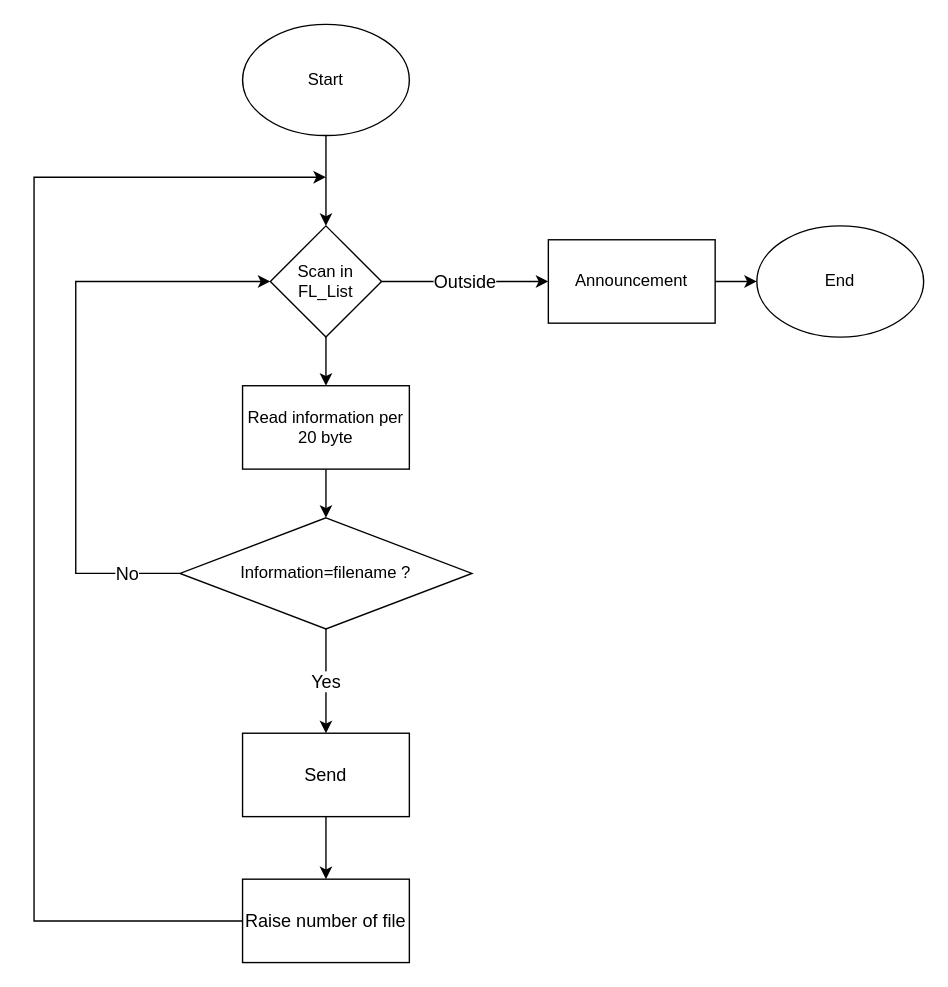
Chipuscu/STM321 keeps this draw.io diagram as page "Read" (2 of 5) of Mindset.drawio. Above is the earlier version. Source tidied: cells renumbered, new cells numbered last; positions are measured from the earlier drawing's top-left corner, leaving out a move shared by most shapes. Both pictures are drawn from the tidied source at 139%, with x=0, y=0 at pixel (33, 24).
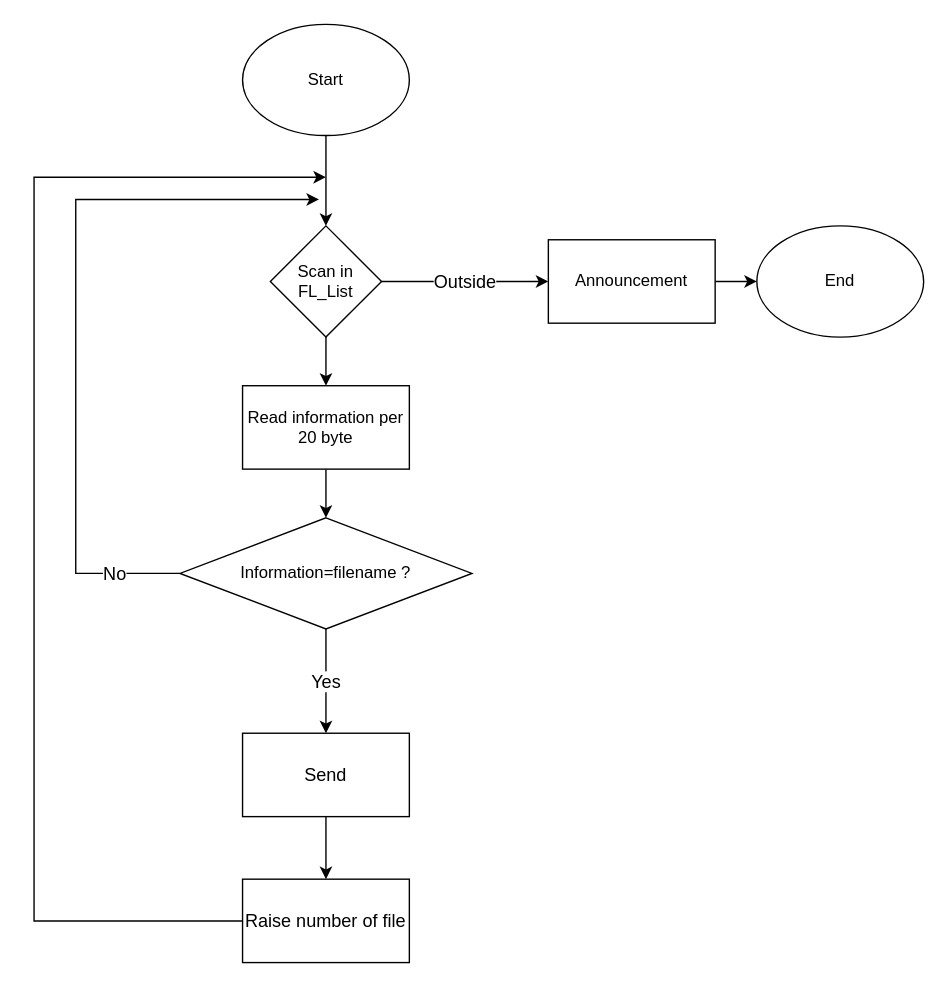
Above is the later version.

Unchanged cells that the change refers to:
```xml
<mxCell id="6" value="Scan in FL_List" style="rhombus;whiteSpace=wrap;html=1;" parent="1" vertex="1">
  <mxGeometry x="170" y="145" width="80" height="80" as="geometry" />
</mxCell>
<mxCell id="13" value="Information=filename ?" style="rhombus;whiteSpace=wrap;html=1;" parent="1" vertex="1">
  <mxGeometry x="105" y="355" width="210" height="80" as="geometry" />
</mxCell>
```

Change to the diagram source:
```diff
@@
-    <mxCell id="11" value="No" style="edgeStyle=orthogonalEdgeStyle;rounded=0;jettySize=auto;html=1;exitX=0;exitY=0.5;exitDx=0;exitDy=0;entryX=0;entryY=0.5;entryDx=0;entryDy=0;strokeWidth=1;jumpSize=10;fontSize=13;" parent="1" edge="1" source="13" target="6">
+    <mxCell id="11" value="No" style="edgeStyle=orthogonalEdgeStyle;rounded=0;jettySize=auto;html=1;exitX=0;exitY=0.5;exitDx=0;exitDy=0;strokeWidth=1;jumpSize=10;fontSize=13;" parent="1" edge="1" source="13">
       <mxGeometry x="-0.82" relative="1" as="geometry">
+        <mxPoint x="205" y="126" as="targetPoint" />
         <Array as="points">
           <mxPoint x="30" y="395" />
-          <mxPoint x="30" y="185" />
+          <mxPoint x="30" y="126" />
+          <mxPoint x="170" y="126" />
         </Array>
       </mxGeometry>
     </mxCell>
```
